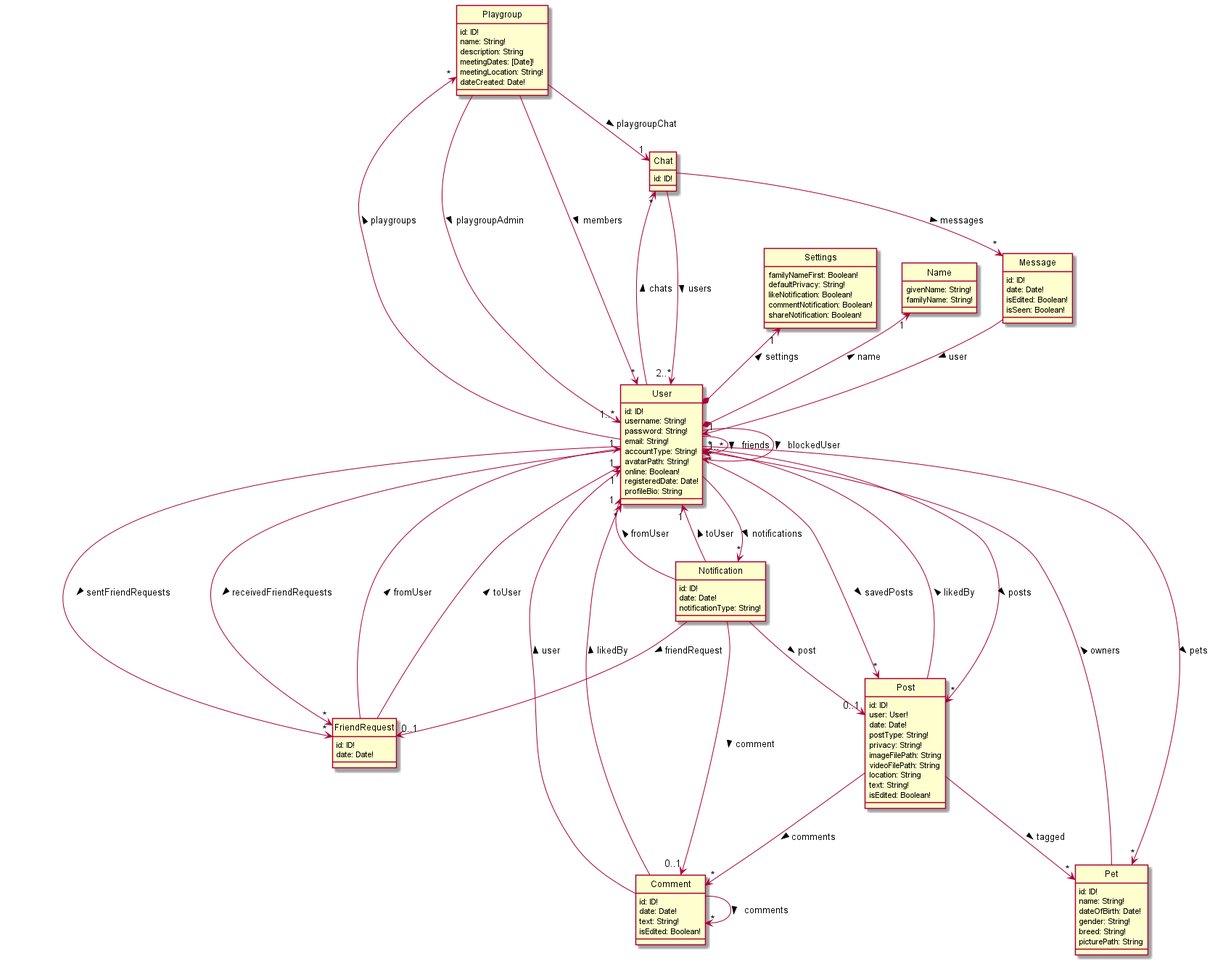
Earlier version of the PlantUML export docs/uml/DataSchemaExplicitConnections.png (bryanwhl/pet-social).
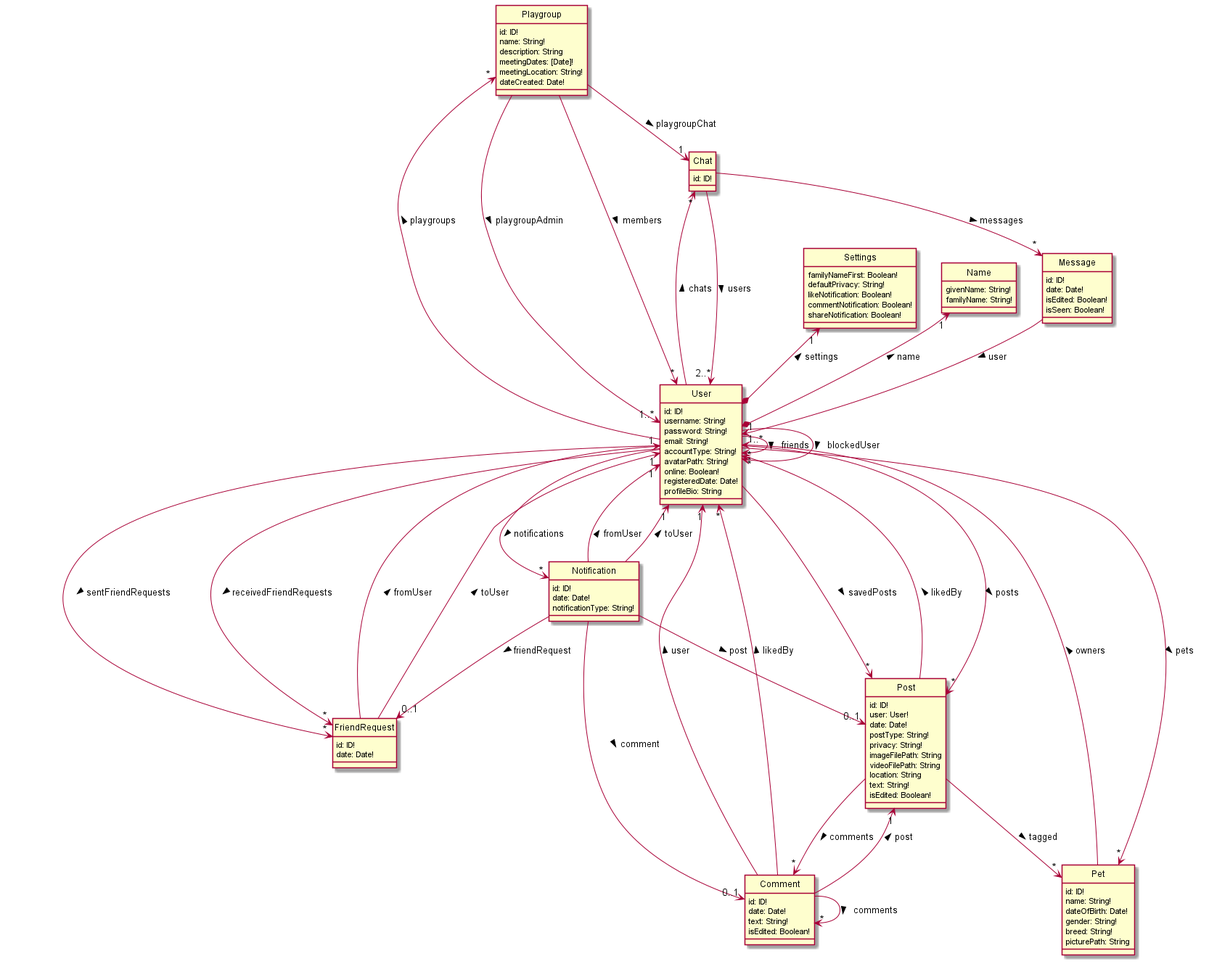
Later version of the same file.

The edit, as a diff of the source:
```diff
@@ -105,6 +105,7 @@
 Post --> "*" Comment: comments >
 
 Comment --> "1" User: user >
+Comment --> "1" Post: post >
 Comment --> "*" User: likedBy >
 Comment --> "*" Comment: comments >
 
```
